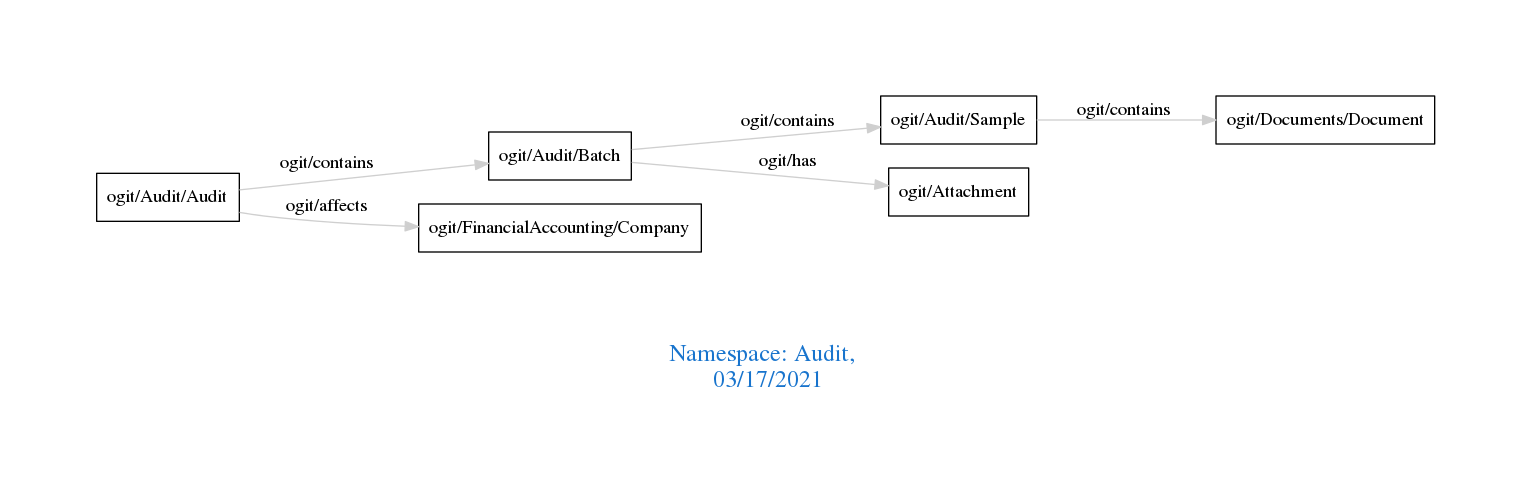
The Graphviz diagram downloads/Audit.png in arago/OGIT, before a commit. Its source is kept beside it as downloads/Audit.dot.
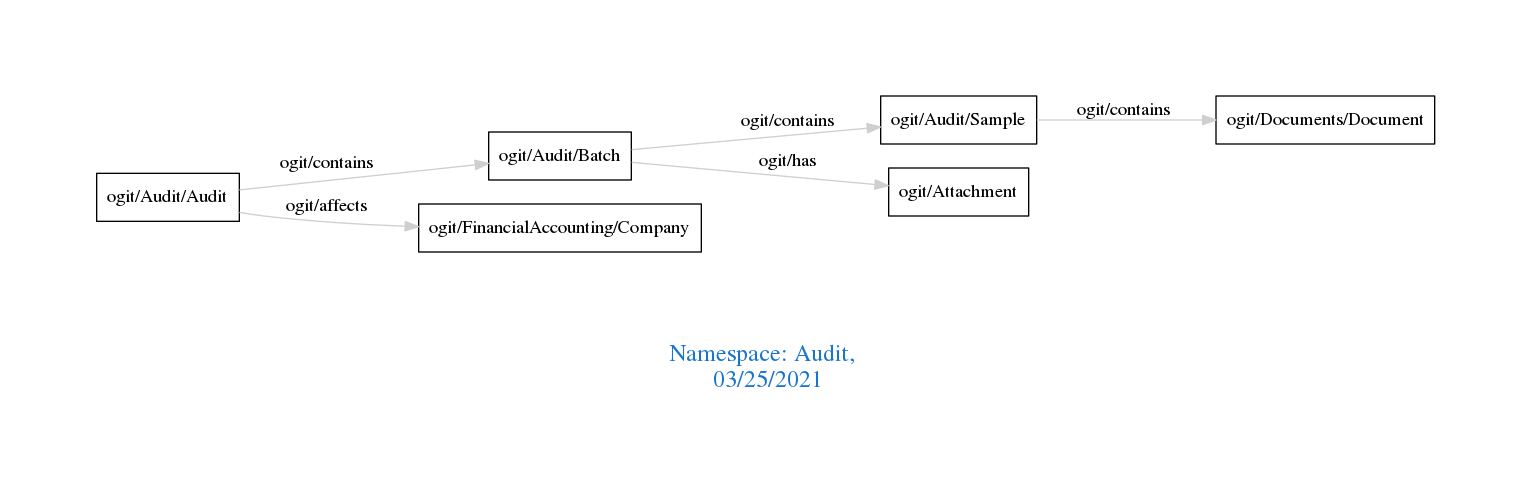
Later version of the same file.

Diff of the diagram source:
```diff
@@ -1,7 +1,7 @@
 digraph OGIT_ontology {
  graph [ rankdir= LR,pad=1
 fontsize = 18,
-fontcolor= dodgerblue3,label = "\n\n\nNamespace: Audit, \n 03/17/2021"];
+fontcolor= dodgerblue3,label = "\n\n\nNamespace: Audit, \n 03/25/2021"];
 node[shape=polygon];
 edge [  color="gray81"];
 
```
